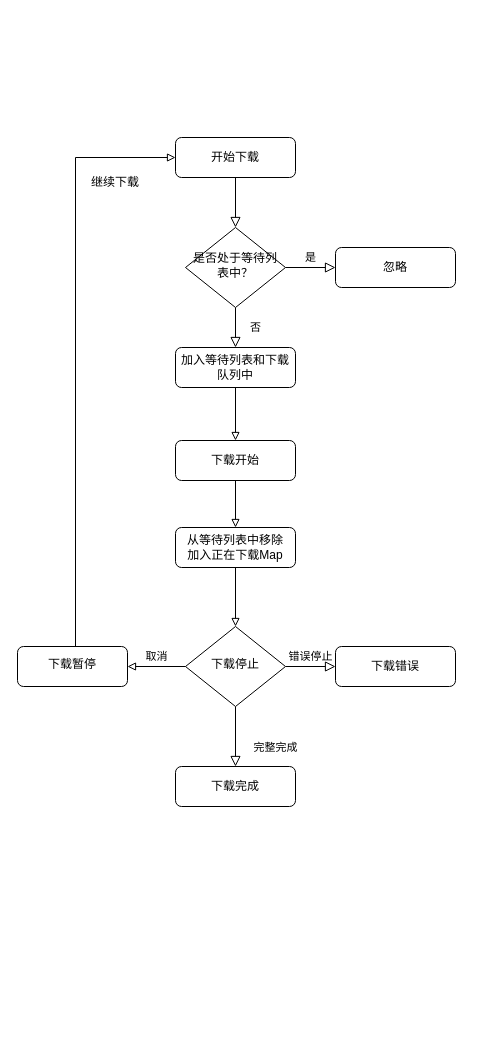
The draw.io diagram 下载流程.drawio in androidboss/android_uml, before the edit. Source tidied: cells renumbered, new cells numbered last; positions are measured from the earlier drawing's top-left corner, leaving out a move shared by most shapes. Both pictures are drawn from the tidied source at 100%, with x=0, y=0 at pixel (17, 137).
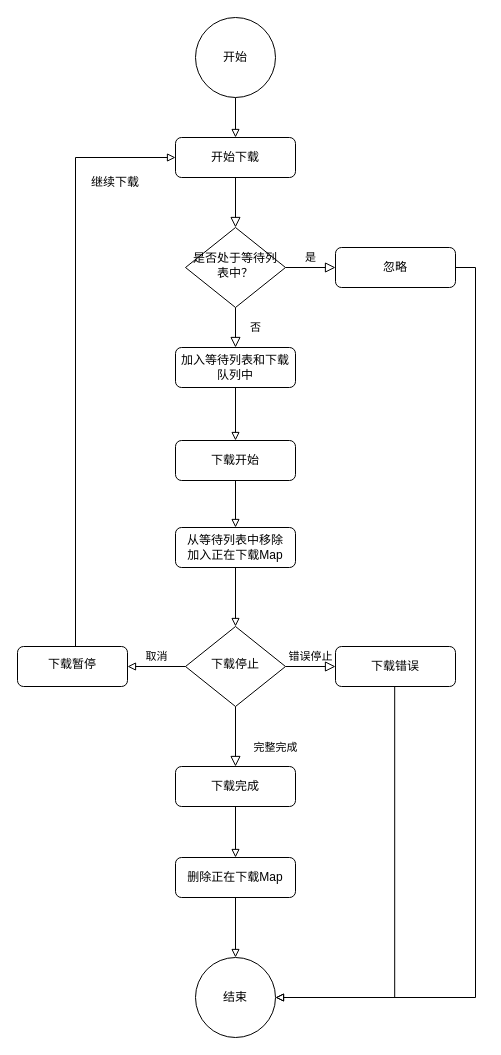
Above is the later version.

Commit message:
更新下载流程.drawio

The change refers to these unchanged cells:
```xml
<mxCell id="3" value="开始下载" style="rounded=1;whiteSpace=wrap;html=1;fontSize=12;glass=0;strokeWidth=1;shadow=0;" parent="1" vertex="1">
  <mxGeometry x="158" width="120" height="40" as="geometry" />
</mxCell>
<mxCell id="7" value="忽略" style="rounded=1;whiteSpace=wrap;html=1;fontSize=12;glass=0;strokeWidth=1;shadow=0;" parent="1" vertex="1">
  <mxGeometry x="318" y="110" width="120" height="40" as="geometry" />
</mxCell>
<mxCell id="11" value="下载完成" style="rounded=1;whiteSpace=wrap;html=1;fontSize=12;glass=0;strokeWidth=1;shadow=0;" parent="1" vertex="1">
  <mxGeometry x="158" y="629" width="120" height="40" as="geometry" />
</mxCell>
```

What changed in the source:
```diff
@@
+    <mxCell id="23" style="edgeStyle=orthogonalEdgeStyle;rounded=0;jettySize=auto;html=1;endArrow=none;endFill=0;startArrow=block;startFill=0;" parent="1" edge="1" source="3" target="27">
+      <mxGeometry relative="1" as="geometry" />
+    </mxCell>
@@
+    <mxCell id="24" style="edgeStyle=orthogonalEdgeStyle;rounded=0;jettySize=auto;html=1;endArrow=block;endFill=0;" parent="1" edge="1" source="11" target="26">
+      <mxGeometry relative="1" as="geometry" />
+    </mxCell>
@@
+    <mxCell id="25" style="edgeStyle=orthogonalEdgeStyle;rounded=0;jettySize=auto;html=1;endArrow=block;endFill=0;" parent="1" edge="1" source="26" target="28">
+      <mxGeometry relative="1" as="geometry" />
+    </mxCell>
+    <mxCell id="26" value="删除正在下载Map" style="rounded=1;whiteSpace=wrap;html=1;fontSize=12;glass=0;strokeWidth=1;shadow=0;" parent="1" vertex="1">
+      <mxGeometry x="158" y="720" width="120" height="40" as="geometry" />
+    </mxCell>
+    <mxCell id="27" value="开始" style="ellipse;whiteSpace=wrap;html=1;rounded=1;glass=0;strokeWidth=1;shadow=0;" parent="1" vertex="1">
+      <mxGeometry x="178" y="-120" width="80" height="80" as="geometry" />
+    </mxCell>
+    <mxCell id="28" value="结束" style="ellipse;whiteSpace=wrap;html=1;rounded=1;glass=0;strokeWidth=1;shadow=0;" parent="1" vertex="1">
+      <mxGeometry x="178" y="820" width="80" height="80" as="geometry" />
+    </mxCell>
+    <mxCell id="29" style="edgeStyle=orthogonalEdgeStyle;rounded=0;jettySize=auto;html=1;endArrow=block;endFill=0;exitX=1;exitY=0.5;exitDx=0;exitDy=0;entryX=1;entryY=0.5;entryDx=0;entryDy=0;" parent="1" edge="1" source="7" target="28">
+      <mxGeometry relative="1" as="geometry" />
+    </mxCell>
+    <mxCell id="30" style="edgeStyle=orthogonalEdgeStyle;rounded=0;jettySize=auto;html=1;endArrow=block;endFill=0;entryX=1;entryY=0.5;entryDx=0;entryDy=0;" parent="1" edge="1" target="28">
+      <mxGeometry relative="1" as="geometry">
+        <mxPoint x="377.2" y="549" as="sourcePoint" />
+        <Array as="points">
+          <mxPoint x="377" y="860" />
+        </Array>
+      </mxGeometry>
+    </mxCell>
```
